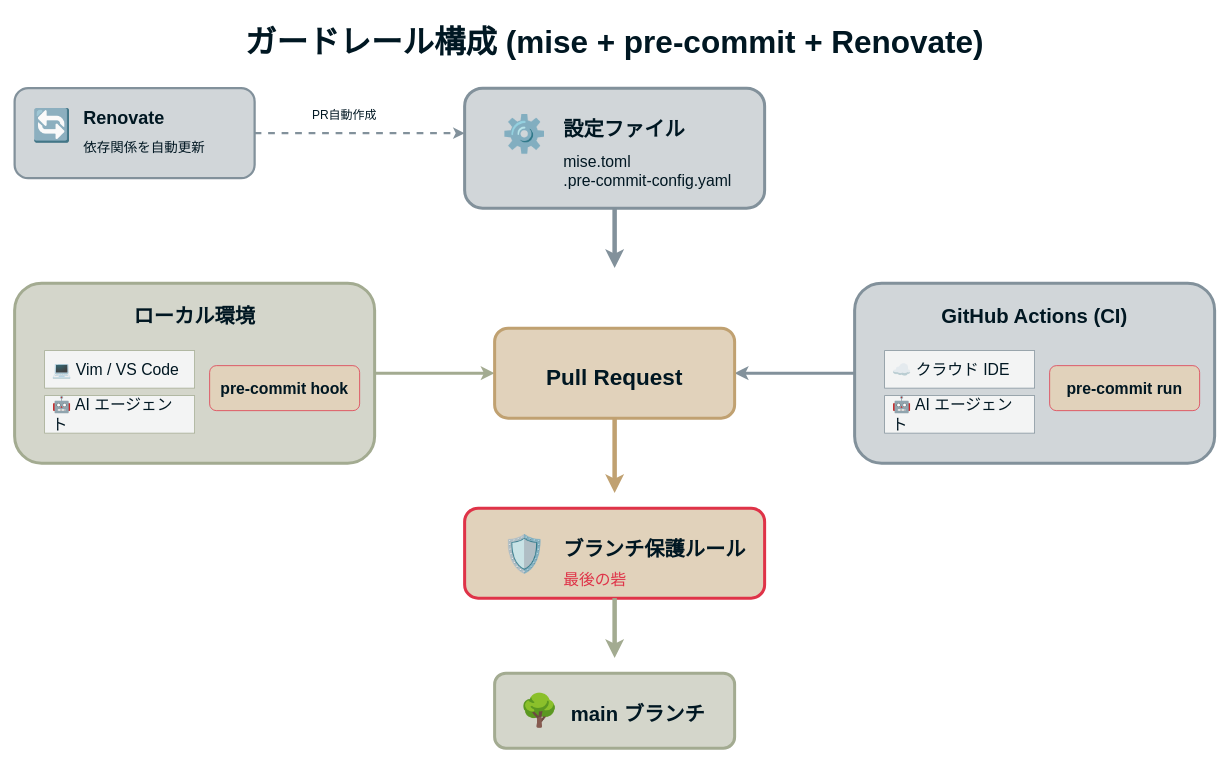
This is assets/2025-12-xx-ai-ready-databricks/guardrails.drawio from i9wa4/i9wa4.github.io, a draw.io file, before an edit. Source tidied: cells renumbered, new cells numbered last; positions are measured from the earlier drawing's top-left corner, leaving out a move shared by most shapes. Both pictures are drawn from the tidied source at 75%, with x=0, y=0 at pixel (14, 13).
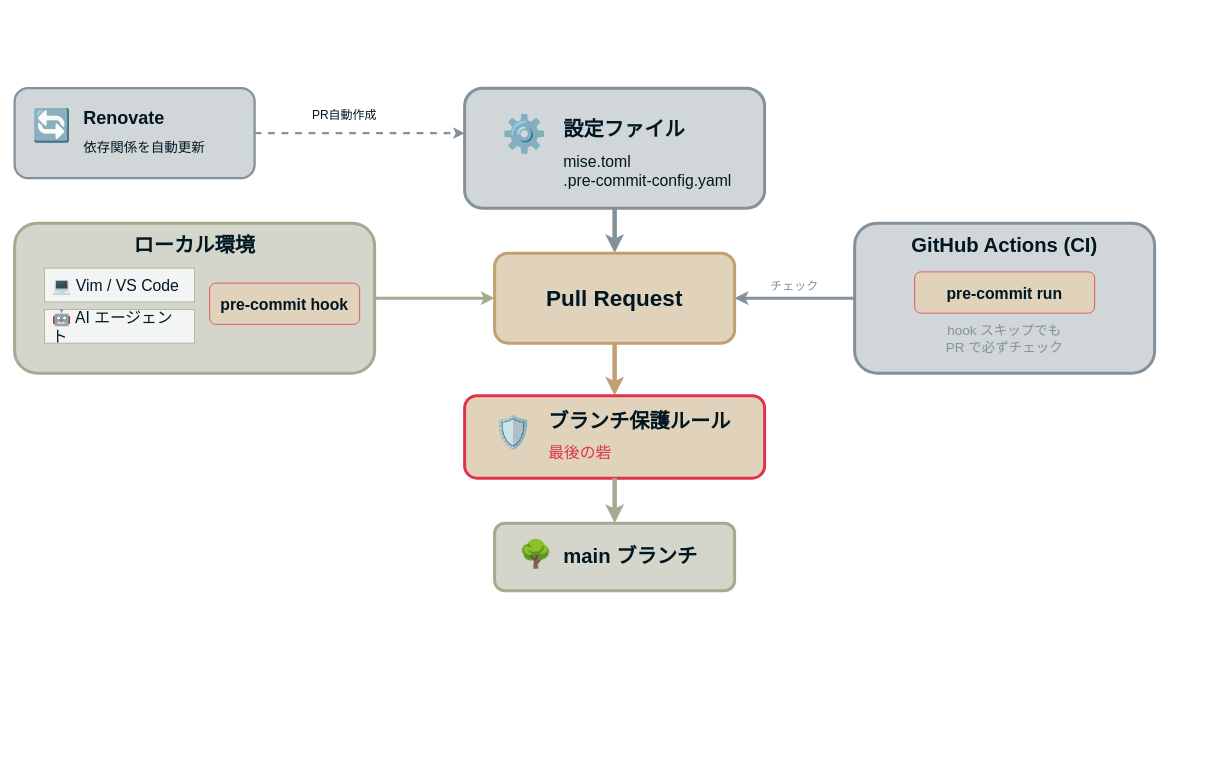
Above is the later version.

Diff of the diagram source:
```diff
@@
-    <mxCell id="2" value="ガードレール構成 (mise + pre-commit + Renovate)" style="text;html=1;strokeColor=none;fillColor=none;align=center;verticalAlign=middle;whiteSpace=wrap;rounded=0;fontSize=42;fontStyle=1;fontColor=#001722;" parent="1" vertex="1">
-      <mxGeometry x="200" width="1200" height="80" as="geometry" />
-    </mxCell>
@@
     <mxCell id="7" style="endArrow=classic;html=1;strokeWidth=6;strokeColor=#82919b;" parent="1" edge="1">
       <mxGeometry relative="1" as="geometry">
         <mxPoint x="800" y="260" as="sourcePoint" />
-        <mxPoint x="800" y="340" as="targetPoint" />
+        <mxPoint x="800" y="320" as="targetPoint" />
       </mxGeometry>
     </mxCell>
     <mxCell id="8" style="rounded=1;whiteSpace=wrap;html=1;fillColor=#d4d6cb;strokeColor=#a3ab91;strokeWidth=4;" parent="1" vertex="1">
-      <mxGeometry y="360" width="480" height="240" as="geometry" />
+      <mxGeometry y="280" width="480" height="200" as="geometry" />
     </mxCell>
     <mxCell id="9" value="ローカル環境" style="text;html=1;strokeColor=none;fillColor=none;align=center;verticalAlign=middle;whiteSpace=wrap;rounded=0;fontSize=27;fontStyle=1;fontColor=#001722;" parent="1" vertex="1">
-      <mxGeometry x="140" y="380" width="200" height="50" as="geometry" />
+      <mxGeometry x="140" y="290" width="200" height="40" as="geometry" />
     </mxCell>
     <mxCell id="10" value="💻 Vim / VS Code" style="rounded=0;whiteSpace=wrap;html=1;fillColor=#f3f4f4;strokeColor=#a3ab91;fontSize=21;align=left;spacing=10;fontColor=#001722;" parent="1" vertex="1">
-      <mxGeometry x="40" y="450" width="200" height="50" as="geometry" />
+      <mxGeometry x="40" y="340" width="200" height="45" as="geometry" />
     </mxCell>
     <mxCell id="11" value="🤖 AI エージェント" style="rounded=0;whiteSpace=wrap;html=1;fillColor=#f3f4f4;strokeColor=#a3ab91;fontSize=21;align=left;spacing=10;fontColor=#001722;" parent="1" vertex="1">
-      <mxGeometry x="40" y="510" width="200" height="50" as="geometry" />
+      <mxGeometry x="40" y="395" width="200" height="45" as="geometry" />
     </mxCell>
     <mxCell id="12" value="pre-commit hook" style="rounded=1;whiteSpace=wrap;html=1;fillColor=#e1d2bb;strokeColor=#df3348;fontSize=21;fontStyle=1;fontColor=#001722;" parent="1" vertex="1">
-      <mxGeometry x="260" y="470" width="200" height="60" as="geometry" />
+      <mxGeometry x="260" y="360" width="200" height="55" as="geometry" />
     </mxCell>
     <mxCell id="13" style="rounded=1;whiteSpace=wrap;html=1;fillColor=#d1d6d9;strokeColor=#82919b;strokeWidth=4;" parent="1" vertex="1">
-      <mxGeometry x="1120" y="360" width="480" height="240" as="geometry" />
+      <mxGeometry x="1120" y="280" width="400" height="200" as="geometry" />
     </mxCell>
     <mxCell id="14" value="GitHub Actions (CI)" style="text;html=1;strokeColor=none;fillColor=none;align=center;verticalAlign=middle;whiteSpace=wrap;rounded=0;fontSize=27;fontStyle=1;fontColor=#001722;" parent="1" vertex="1">
-      <mxGeometry x="1220" y="380" width="280" height="50" as="geometry" />
+      <mxGeometry x="1180" y="290" width="280" height="40" as="geometry" />
     </mxCell>
-    <mxCell id="15" value="☁️ クラウド IDE" style="rounded=0;whiteSpace=wrap;html=1;fillColor=#f3f4f4;strokeColor=#82919b;fontSize=21;align=left;spacing=10;fontColor=#001722;" parent="1" vertex="1">
-      <mxGeometry x="1160" y="450" width="200" height="50" as="geometry" />
-    </mxCell>
-    <mxCell id="16" value="🤖 AI エージェント" style="rounded=0;whiteSpace=wrap;html=1;fillColor=#f3f4f4;strokeColor=#82919b;fontSize=21;align=left;spacing=10;fontColor=#001722;" parent="1" vertex="1">
-      <mxGeometry x="1160" y="510" width="200" height="50" as="geometry" />
-    </mxCell>
     <mxCell id="17" value="pre-commit run" style="rounded=1;whiteSpace=wrap;html=1;fillColor=#e1d2bb;strokeColor=#df3348;fontSize=21;fontStyle=1;fontColor=#001722;" parent="1" vertex="1">
-      <mxGeometry x="1380" y="470" width="200" height="60" as="geometry" />
+      <mxGeometry x="1200" y="345" width="240" height="55" as="geometry" />
     </mxCell>
+    <mxCell id="37" value="hook スキップでも&lt;br&gt;PR で必ずチェック" style="text;html=1;strokeColor=none;fillColor=none;align=center;verticalAlign=middle;whiteSpace=wrap;rounded=0;fontSize=18;fontColor=#82919b;" parent="1" vertex="1">
+      <mxGeometry x="1200" y="410" width="240" height="50" as="geometry" />
+    </mxCell>
     <mxCell id="18" style="endArrow=classic;html=1;strokeWidth=4;strokeColor=#a3ab91;" parent="1" edge="1">
       <mxGeometry relative="1" as="geometry">
-        <mxPoint x="480" y="480" as="sourcePoint" />
-        <mxPoint x="640" y="480" as="targetPoint" />
+        <mxPoint x="480" y="380" as="sourcePoint" />
+        <mxPoint x="640" y="380" as="targetPoint" />
       </mxGeometry>
     </mxCell>
     <mxCell id="19" style="endArrow=classic;html=1;strokeWidth=4;strokeColor=#82919b;" parent="1" edge="1">
       <mxGeometry relative="1" as="geometry">
-        <mxPoint x="1120" y="480" as="sourcePoint" />
-        <mxPoint x="960" y="480" as="targetPoint" />
+        <mxPoint x="1120" y="380" as="sourcePoint" />
+        <mxPoint x="960" y="380" as="targetPoint" />
       </mxGeometry>
     </mxCell>
+    <mxCell id="38" value="チェック" style="text;html=1;strokeColor=none;fillColor=none;align=center;verticalAlign=middle;whiteSpace=wrap;rounded=0;fontSize=16;fontColor=#82919b;" parent="1" vertex="1">
+      <mxGeometry x="1000" y="350" width="80" height="25" as="geometry" />
+    </mxCell>
     <mxCell id="20" style="rounded=1;whiteSpace=wrap;html=1;fillColor=#e1d2bb;strokeColor=#c0a171;strokeWidth=4;" parent="1" vertex="1">
-      <mxGeometry x="640" y="420" width="320" height="120" as="geometry" />
+      <mxGeometry x="640" y="320" width="320" height="120" as="geometry" />
     </mxCell>
     <mxCell id="21" value="Pull Request" style="text;html=1;strokeColor=none;fillColor=none;align=center;verticalAlign=middle;whiteSpace=wrap;rounded=0;fontSize=30;fontStyle=1;fontColor=#001722;" parent="1" vertex="1">
-      <mxGeometry x="700" y="460" width="200" height="50" as="geometry" />
+      <mxGeometry x="700" y="355" width="200" height="50" as="geometry" />
     </mxCell>
     <mxCell id="22" style="endArrow=classic;html=1;strokeWidth=6;strokeColor=#c0a171;" parent="1" edge="1">
       <mxGeometry relative="1" as="geometry">
-        <mxPoint x="800" y="540" as="sourcePoint" />
-        <mxPoint x="800" y="640" as="targetPoint" />
+        <mxPoint x="800" y="440" as="sourcePoint" />
+        <mxPoint x="800" y="510" as="targetPoint" />
       </mxGeometry>
     </mxCell>
     <mxCell id="23" style="rounded=1;whiteSpace=wrap;html=1;fillColor=#e1d2bb;strokeColor=#df3348;strokeWidth=4;" parent="1" vertex="1">
-      <mxGeometry x="600" y="660" width="400" height="120" as="geometry" />
+      <mxGeometry x="600" y="510" width="400" height="110" as="geometry" />
     </mxCell>
-    <mxCell id="24" value="🛡️" style="text;html=1;strokeColor=none;fillColor=none;align=center;verticalAlign=middle;whiteSpace=wrap;rounded=0;fontSize=48;" parent="1" vertex="1">
-      <mxGeometry x="640" y="680" width="80" height="80" as="geometry" />
+    <mxCell id="24" value="🛡️" style="text;html=1;strokeColor=none;fillColor=none;align=center;verticalAlign=middle;whiteSpace=wrap;rounded=0;fontSize=42;" parent="1" vertex="1">
+      <mxGeometry x="630" y="525" width="70" height="70" as="geometry" />
     </mxCell>
     <mxCell id="25" value="ブランチ保護ルール" style="text;html=1;strokeColor=none;fillColor=none;align=left;verticalAlign=middle;whiteSpace=wrap;rounded=0;fontSize=27;fontStyle=1;fontColor=#001722;" parent="1" vertex="1">
-      <mxGeometry x="730" y="690" width="250" height="50" as="geometry" />
+      <mxGeometry x="710" y="525" width="270" height="40" as="geometry" />
     </mxCell>
     <mxCell id="26" value="最後の砦" style="text;html=1;strokeColor=none;fillColor=none;align=left;verticalAlign=middle;whiteSpace=wrap;rounded=0;fontSize=21;fontColor=#df3348;" parent="1" vertex="1">
-      <mxGeometry x="730" y="740" width="250" height="30" as="geometry" />
+      <mxGeometry x="710" y="570" width="250" height="30" as="geometry" />
     </mxCell>
     <mxCell id="27" style="endArrow=classic;html=1;strokeWidth=6;strokeColor=#a3ab91;" parent="1" edge="1">
       <mxGeometry relative="1" as="geometry">
-        <mxPoint x="800" y="780" as="sourcePoint" />
-        <mxPoint x="800" y="860" as="targetPoint" />
+        <mxPoint x="800" y="620" as="sourcePoint" />
+        <mxPoint x="800" y="680" as="targetPoint" />
       </mxGeometry>
     </mxCell>
     <mxCell id="28" style="rounded=1;whiteSpace=wrap;html=1;fillColor=#d4d6cb;strokeColor=#a3ab91;strokeWidth=4;" parent="1" vertex="1">
-      <mxGeometry x="640" y="880" width="320" height="100" as="geometry" />
+      <mxGeometry x="640" y="680" width="320" height="90" as="geometry" />
     </mxCell>
-    <mxCell id="29" value="🌳" style="text;html=1;strokeColor=none;fillColor=none;align=center;verticalAlign=middle;whiteSpace=wrap;rounded=0;fontSize=42;" parent="1" vertex="1">
-      <mxGeometry x="670" y="900" width="60" height="60" as="geometry" />
+    <mxCell id="29" value="🌳" style="text;html=1;strokeColor=none;fillColor=none;align=center;verticalAlign=middle;whiteSpace=wrap;rounded=0;fontSize=36;" parent="1" vertex="1">
+      <mxGeometry x="670" y="695" width="50" height="50" as="geometry" />
     </mxCell>
     <mxCell id="30" value="main ブランチ" style="text;html=1;strokeColor=none;fillColor=none;align=left;verticalAlign=middle;whiteSpace=wrap;rounded=0;fontSize=27;fontStyle=1;fontColor=#001722;" parent="1" vertex="1">
-      <mxGeometry x="740" y="910" width="200" height="50" as="geometry" />
+      <mxGeometry x="730" y="705" width="200" height="40" as="geometry" />
     </mxCell>
```
